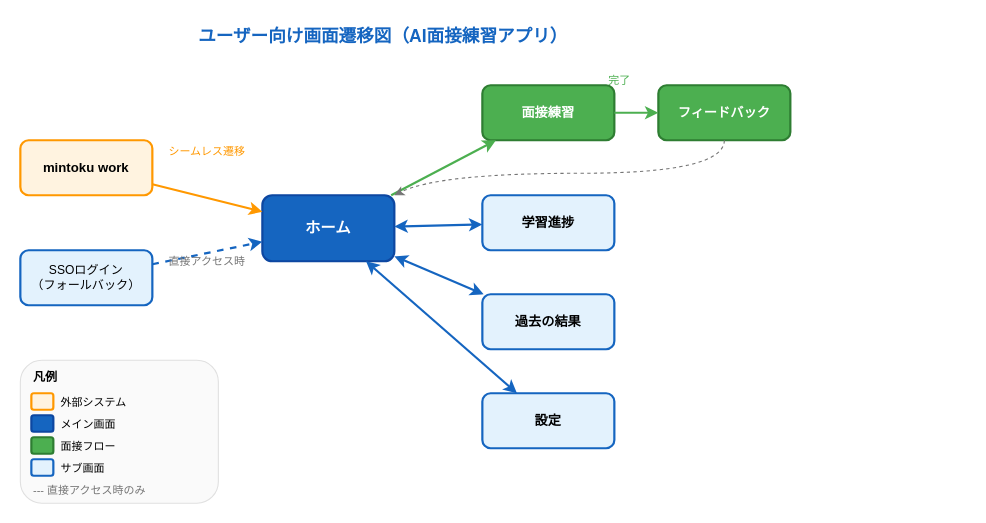
Before: docs/images/画面遷移図_ユーザー向け.drawio in yoshidasendai115/ai-interview, a draw.io diagram. Source tidied: cells renumbered, new cells numbered last; positions are measured from the earlier drawing's top-left corner, leaving out a move shared by most shapes. Both pictures are drawn from the tidied source at 110%, with x=0, y=0 at pixel (20, 19).
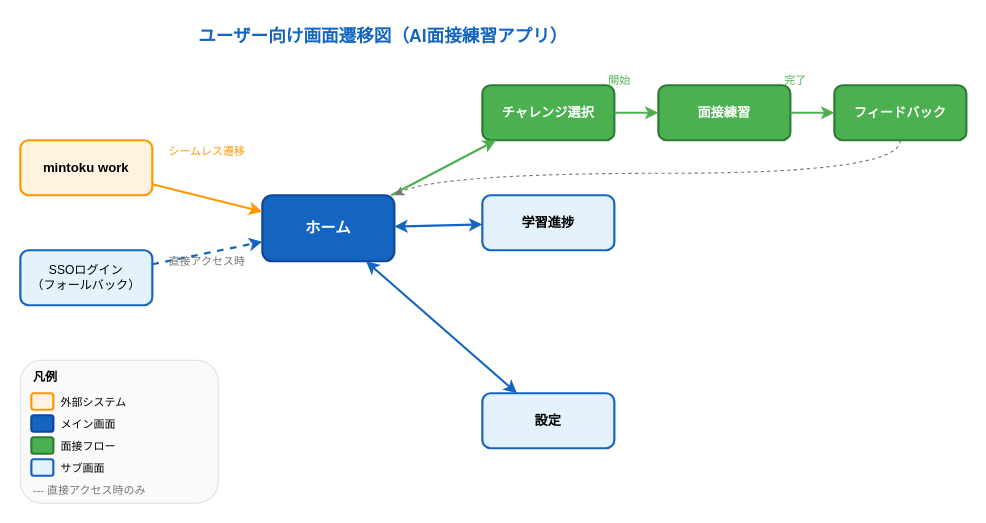
After the change.

The change refers to these unchanged cells:
```xml
<mxCell id="5" value="ホーム" style="rounded=1;whiteSpace=wrap;html=1;fillColor=#1565C0;strokeColor=#0D47A1;strokeWidth=2;fontColor=#FFFFFF;fontSize=14;fontStyle=1;" parent="1" vertex="1">
  <mxGeometry x="220" y="160" width="120" height="60" as="geometry" />
</mxCell>
```

The edit, as a diff of the source:
```diff
@@
+    <mxCell id="33" value="チャレンジ選択" style="rounded=1;whiteSpace=wrap;html=1;fillColor=#4CAF50;strokeColor=#2E7D32;strokeWidth=2;fontColor=#FFFFFF;fontSize=12;fontStyle=1;" parent="1" vertex="1">
+      <mxGeometry x="420" y="60" width="120" height="50" as="geometry" />
+    </mxCell>
     <mxCell id="6" value="面接練習" style="rounded=1;whiteSpace=wrap;html=1;fillColor=#4CAF50;strokeColor=#2E7D32;strokeWidth=2;fontColor=#FFFFFF;fontSize=12;fontStyle=1;" parent="1" vertex="1">
-      <mxGeometry x="420" y="60" width="120" height="50" as="geometry" />
+      <mxGeometry x="580" y="60" width="120" height="50" as="geometry" />
     </mxCell>
     <mxCell id="7" value="フィードバック" style="rounded=1;whiteSpace=wrap;html=1;fillColor=#4CAF50;strokeColor=#2E7D32;strokeWidth=2;fontColor=#FFFFFF;fontSize=12;fontStyle=1;" parent="1" vertex="1">
-      <mxGeometry x="580" y="60" width="120" height="50" as="geometry" />
+      <mxGeometry x="740" y="60" width="120" height="50" as="geometry" />
     </mxCell>
@@
-    <mxCell id="9" value="過去の結果" style="rounded=1;whiteSpace=wrap;html=1;fillColor=#E3F2FD;strokeColor=#1565C0;strokeWidth=2;fontSize=12;fontStyle=1;" parent="1" vertex="1">
-      <mxGeometry x="420" y="250" width="120" height="50" as="geometry" />
-    </mxCell>
@@
-    <mxCell id="15" style="endArrow=classic;html=1;strokeColor=#4CAF50;strokeWidth=2;" parent="1" edge="1" source="5" target="6">
+    <mxCell id="15" style="endArrow=classic;html=1;strokeColor=#4CAF50;strokeWidth=2;" parent="1" edge="1" source="5" target="33">
       <mxGeometry relative="1" as="geometry" />
     </mxCell>
+    <mxCell id="34" style="endArrow=classic;html=1;strokeColor=#4CAF50;strokeWidth=2;" parent="1" edge="1" source="33" target="6">
+      <mxGeometry relative="1" as="geometry" />
+    </mxCell>
+    <mxCell id="35" value="開始" style="text;html=1;strokeColor=none;fillColor=none;align=center;verticalAlign=middle;whiteSpace=wrap;rounded=0;fontSize=10;fontColor=#4CAF50;" parent="1" vertex="1">
+      <mxGeometry x="525" y="45" width="40" height="20" as="geometry" />
+    </mxCell>
@@
     <mxCell id="17" value="完了" style="text;html=1;strokeColor=none;fillColor=none;align=center;verticalAlign=middle;whiteSpace=wrap;rounded=0;fontSize=10;fontColor=#4CAF50;" parent="1" vertex="1">
-      <mxGeometry x="525" y="45" width="40" height="20" as="geometry" />
+      <mxGeometry x="685" y="45" width="40" height="20" as="geometry" />
     </mxCell>
     <mxCell id="18" style="endArrow=classic;html=1;strokeColor=#757575;strokeWidth=1;dashed=1;curved=1;" parent="1" edge="1" source="7" target="5">
       <mxGeometry relative="1" as="geometry">
         <Array as="points">
-          <mxPoint x="640" y="140" />
+          <mxPoint x="800" y="140" />
           <mxPoint x="380" y="140" />
         </Array>
       </mxGeometry>
     </mxCell>
@@
-    <mxCell id="20" style="endArrow=classic;startArrow=classic;html=1;strokeColor=#1565C0;strokeWidth=2;" parent="1" edge="1" source="5" target="9">
-      <mxGeometry relative="1" as="geometry" />
-    </mxCell>
```
